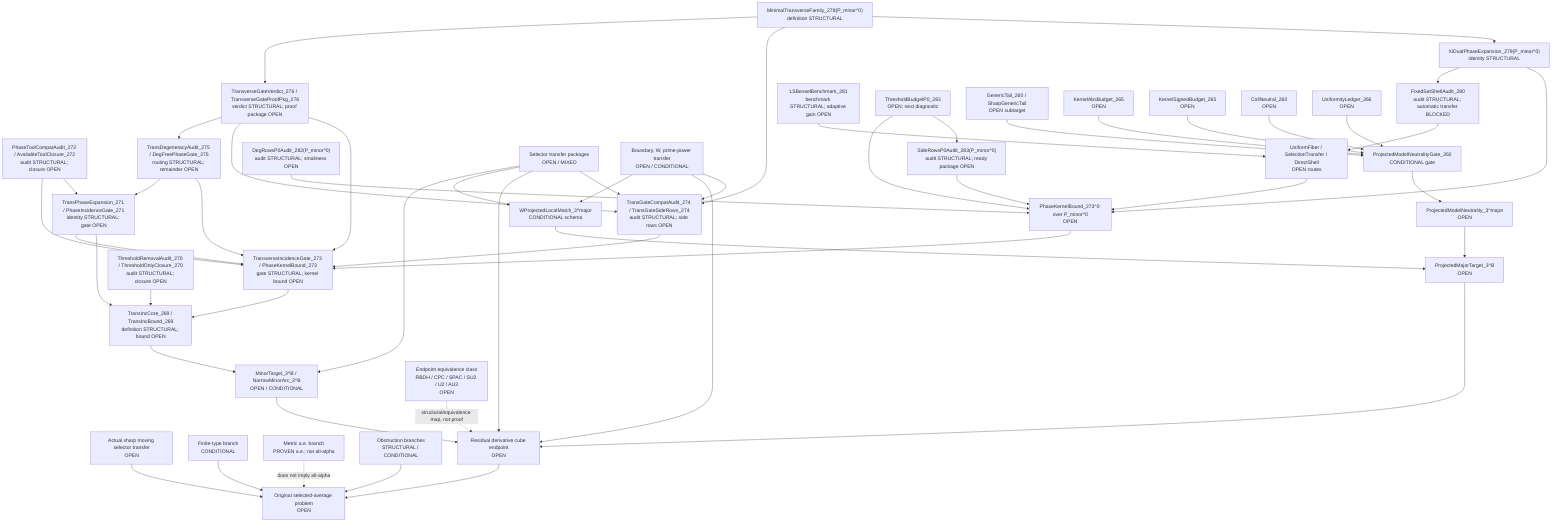
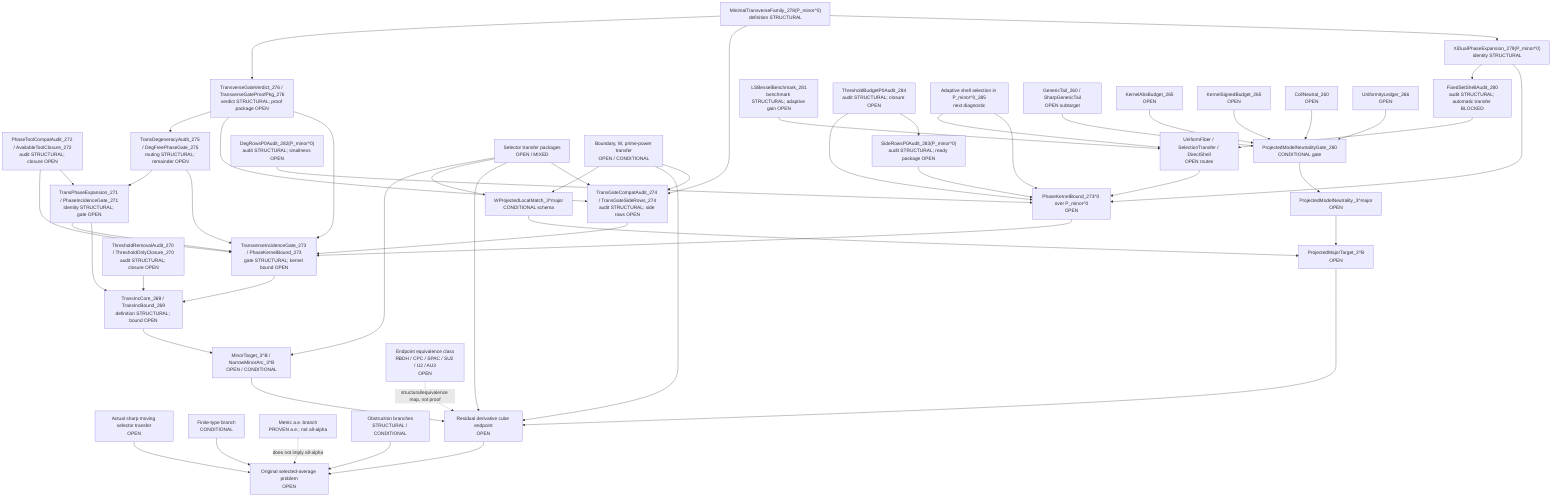
flowchart TD
  Original["Original selected-average problem<br/>OPEN"]
  SharpSel["Actual sharp moving selector transfer<br/>OPEN"]
  FiniteType["Finite-type branch<br/>CONDITIONAL"]
  Metric["Metric a.e. branch<br/>PROVEN a.e.; not all-alpha"]
  Obstruction["Obstruction branches<br/>STRUCTURAL / CONDITIONAL"]

  ResCube["Residual derivative cube endpoint<br/>OPEN"]
  MajorTarget["ProjectedMajorTarget_3^B<br/>OPEN"]
  MinorTarget["MinorTarget_3^B / NarrowMinorArc_3^B<br/>OPEN / CONDITIONAL"]
  TransInc["TransIncCore_269 / TransIncBound_269<br/>definition STRUCTURAL; bound OPEN"]
  ThresholdAudit["ThresholdRemovalAudit_270 / ThresholdOnlyClosure_270<br/>audit STRUCTURAL; closure OPEN"]
  PhaseExpansion["TransPhaseExpansion_271 / PhaseIncidenceGate_271<br/>identity STRUCTURAL; gate OPEN"]
  ToolCompat["PhaseToolCompatAudit_272 / AvailableToolClosure_272<br/>audit STRUCTURAL; closure OPEN"]
  TransGate["TransverseIncidenceGate_273 / PhaseKernelBound_273<br/>gate STRUCTURAL; kernel bound OPEN"]
  TransGateCompat["TransGateCompatAudit_274 / TransGateSideRows_274<br/>audit STRUCTURAL; side rows OPEN"]
  DegAudit["TransDegeneracyAudit_275 / DegFreePhaseGate_275<br/>routing STRUCTURAL; remainder OPEN"]
  TransVerdict["TransverseGateVerdict_276 / TransverseGateProofPkg_276<br/>verdict STRUCTURAL; proof package OPEN"]
  MinTransFamily["MinimalTransverseFamily_278(P_minor^0)<br/>definition STRUCTURAL"]
  XiExpansion["XiDualPhaseExpansion_279(P_minor^0)<br/>identity STRUCTURAL"]
  FixedShellAudit["FixedSetShellAudit_280<br/>audit STRUCTURAL; automatic transfer BLOCKED"]
  FixedShellTransfer["UniformFiber / SelectionTransfer / DirectShell<br/>OPEN routes"]
  LSBesselBench["LSBesselBenchmark_281<br/>benchmark STRUCTURAL; adaptive gain OPEN"]
  DegRowsP0["DegRowsP0Audit_282(P_minor^0)<br/>audit STRUCTURAL; smallness OPEN"]
  SideRowsP0["SideRowsP0Audit_283(P_minor^0)<br/>audit STRUCTURAL; ready package OPEN"]
-   ThresholdP0["ThresholdBudgetP0_283<br/>OPEN; next diagnostic"]
+   ThresholdP0["ThresholdBudgetP0Audit_284<br/>audit STRUCTURAL; closure OPEN"]
+   AdaptiveShellP0["Adaptive shell selection in P_minor^0_285<br/>next diagnostic"]
  PhaseKernel0["PhaseKernelBound_273^0 over P_minor^0<br/>OPEN"]
  SelectorTransfer["Selector transfer packages<br/>OPEN / MIXED"]
  BoundaryTransfer["Boundary, W, prime-power transfer<br/>OPEN / CONDITIONAL"]

  WLocal["WProjectedLocalMatch_3^major<br/>CONDITIONAL schema"]
  ModelNeutral["ProjectedModelNeutrality_3^major<br/>OPEN"]
  PMNGate["ProjectedModelNeutralityGate_260<br/>CONDITIONAL gate"]
  GenericTail["GenericTail_260 / SharpGenericTail<br/>OPEN subtarget"]
  KernelAbs["KernelAbsBudget_265<br/>OPEN"]
  KernelSigned["KernelSignedBudget_265<br/>OPEN"]
  CollNeutral["CollNeutral_260<br/>OPEN"]
  Uniformity["UniformityLedger_266<br/>OPEN"]

  EndpointClass["Endpoint equivalence class<br/>RBDH / CPC / SPAC / SU2 / U2 / AU3<br/>OPEN"]

  SharpSel --> Original
  FiniteType --> Original
  Obstruction --> Original
  ResCube --> Original
  Metric -. "does not imply all-alpha" .-> Original

  MajorTarget --> ResCube
  MinorTarget --> ResCube
  TransInc --> MinorTarget
  ThresholdAudit --> TransInc
  PhaseExpansion --> TransInc
  ToolCompat --> PhaseExpansion
  TransGate --> TransInc
  PhaseExpansion --> TransGate
  ToolCompat --> TransGate
  TransGateCompat --> TransGate
  SelectorTransfer --> TransGateCompat
  BoundaryTransfer --> TransGateCompat
  DegAudit --> TransGate
  DegAudit --> PhaseExpansion
  TransVerdict --> TransGate
  TransVerdict --> TransGateCompat
  TransVerdict --> DegAudit
  PhaseKernel0 --> TransGate
  MinTransFamily --> XiExpansion
  XiExpansion --> PhaseKernel0
  XiExpansion --> FixedShellAudit
  FixedShellAudit --> FixedShellTransfer
  FixedShellTransfer --> PhaseKernel0
  LSBesselBench --> FixedShellTransfer
  DegRowsP0 --> PhaseKernel0
  SideRowsP0 --> PhaseKernel0
  ThresholdP0 --> SideRowsP0
  ThresholdP0 --> PhaseKernel0
+   AdaptiveShellP0 --> PhaseKernel0
+   AdaptiveShellP0 --> FixedShellTransfer
  MinTransFamily --> TransGateCompat
  MinTransFamily --> TransVerdict
  SelectorTransfer --> ResCube
  BoundaryTransfer --> ResCube
  EndpointClass -. "structural/equivalence map, not proof" .-> ResCube

  WLocal --> MajorTarget
  ModelNeutral --> MajorTarget

  PMNGate --> ModelNeutral
  GenericTail --> PMNGate
  KernelAbs --> PMNGate
  KernelSigned --> PMNGate
  CollNeutral --> PMNGate
  Uniformity --> PMNGate

  BoundaryTransfer --> WLocal
  SelectorTransfer --> WLocal
  SelectorTransfer --> MinorTarget
